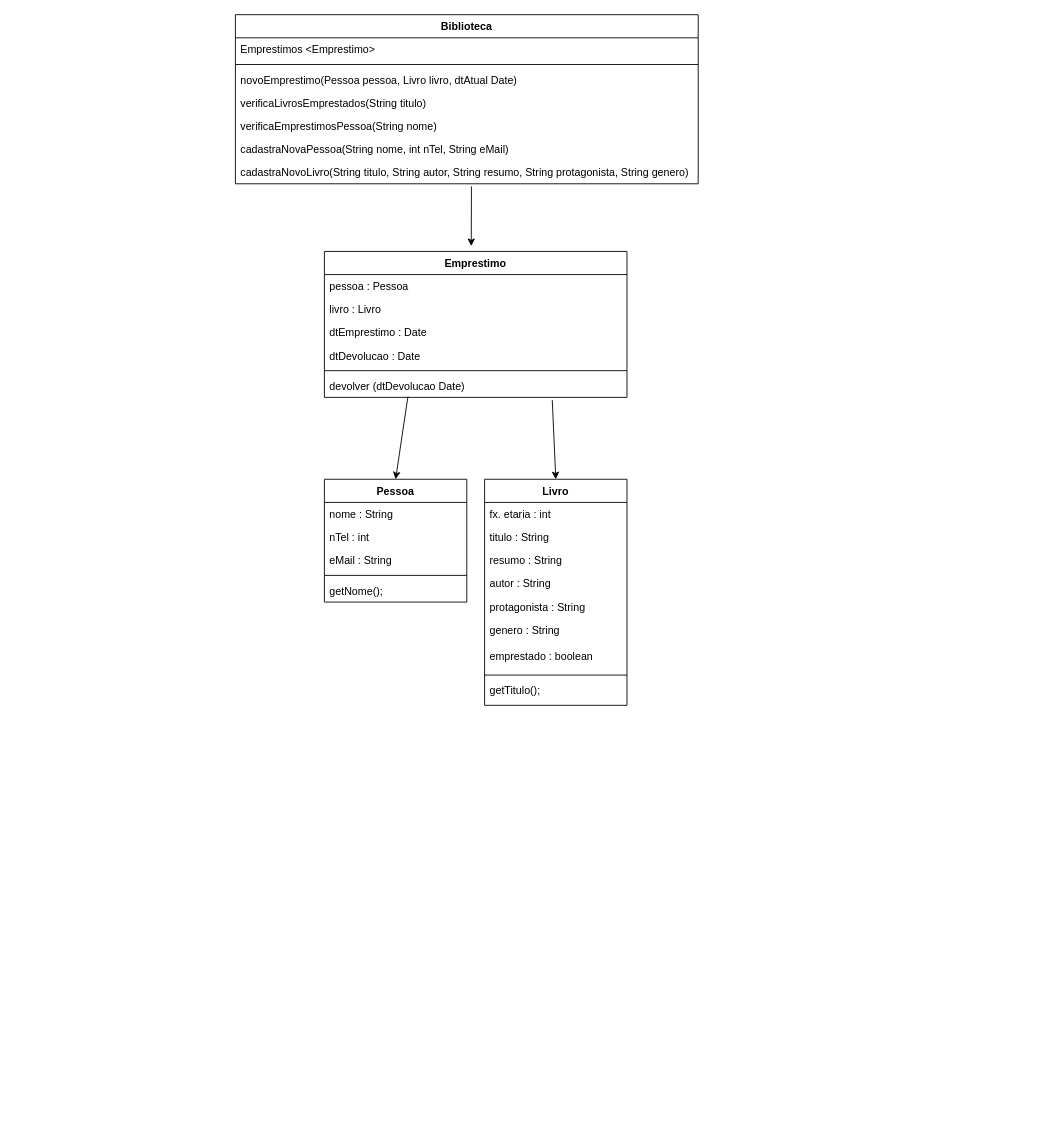
This is Untitled Diagram.drawio from FSDavila/University-Works, a draw.io file, before an edit. Source tidied: cells renumbered, new cells numbered last; positions are measured from the earlier drawing's top-left corner, leaving out a move shared by most shapes. Both pictures are drawn from the tidied source at 89%, with x=0, y=0 at pixel (235, 14).
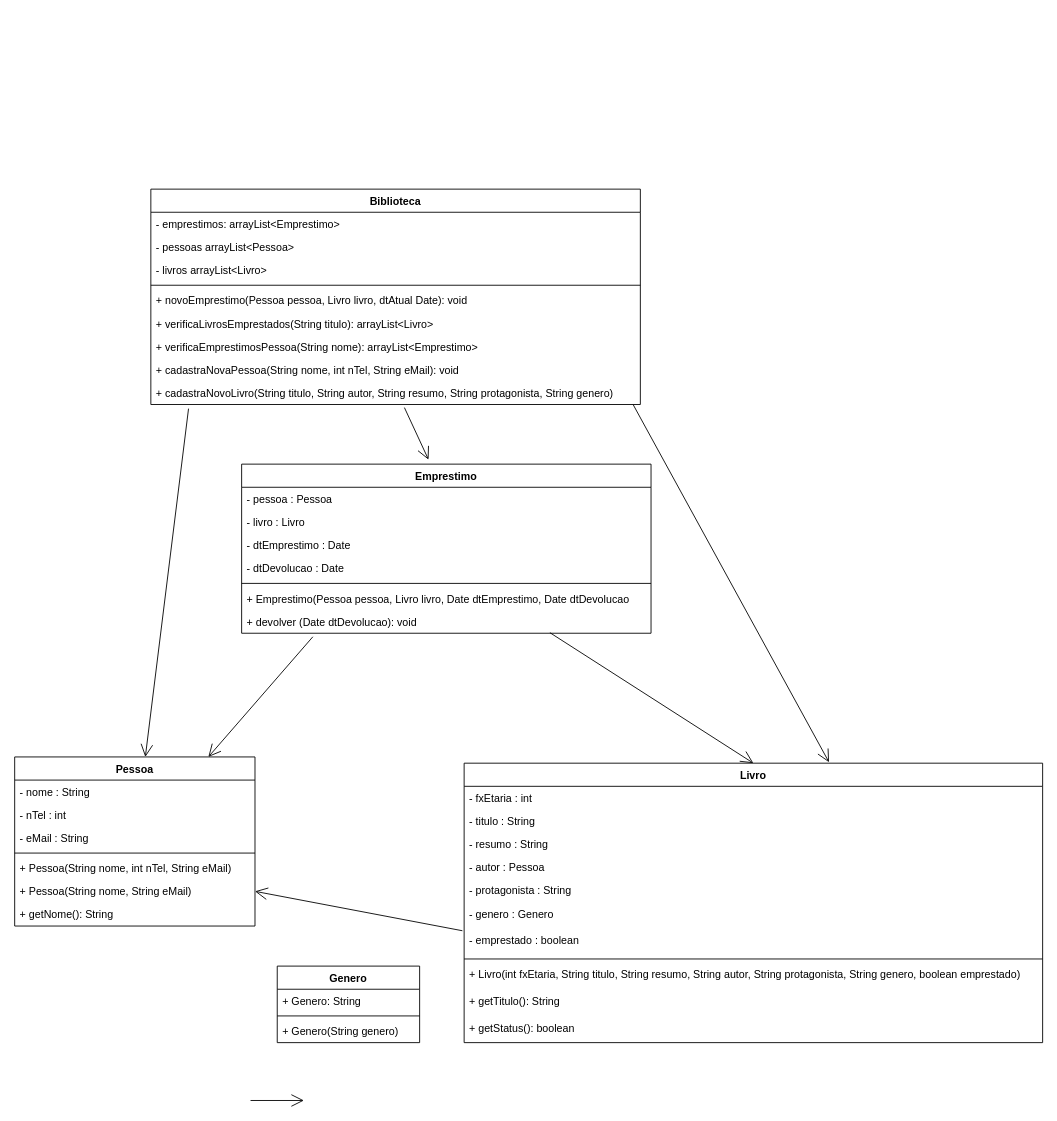
Above is the later version.

The edit, as a diff of the source:
```diff
@@
-    <mxCell id="2" style="edgeStyle=none;rounded=0;jettySize=auto;html=1;entryX=0.5;entryY=0;entryDx=0;entryDy=0;exitX=0.276;exitY=0.962;exitDx=0;exitDy=0;exitPerimeter=0;" parent="1" edge="1" source="25" target="3">
-      <mxGeometry relative="1" as="geometry" />
-    </mxCell>
     <mxCell id="3" value="Pessoa" style="swimlane;fontStyle=1;align=center;verticalAlign=top;horizontal=1;startSize=26;" parent="1" vertex="1">
-      <mxGeometry x="100" y="522" width="160" height="138" as="geometry" />
+      <mxGeometry x="-248" y="834" width="270" height="190" as="geometry" />
     </mxCell>
-    <mxCell id="4" value="nome : String&#10;" style="text;strokeColor=none;fillColor=none;align=left;verticalAlign=top;spacingLeft=4;spacingRight=4;overflow=hidden;" parent="3" vertex="1">
-      <mxGeometry y="26" width="160" height="26" as="geometry" />
-    </mxCell>
-    <mxCell id="5" value="nTel : int" style="text;strokeColor=none;fillColor=none;align=left;verticalAlign=top;spacingLeft=4;spacingRight=4;overflow=hidden;" parent="3" vertex="1">
-      <mxGeometry y="52" width="160" height="26" as="geometry" />
-    </mxCell>
-    <mxCell id="6" value="eMail : String" style="text;strokeColor=none;fillColor=none;align=left;verticalAlign=top;spacingLeft=4;spacingRight=4;overflow=hidden;" parent="3" vertex="1">
-      <mxGeometry y="78" width="160" height="26" as="geometry" />
-    </mxCell>
-    <mxCell id="7" style="line;strokeWidth=1;fillColor=none;align=left;verticalAlign=middle;spacingTop=-1;spacingLeft=3;spacingRight=3;labelPosition=right;" parent="3" vertex="1">
-      <mxGeometry y="104" width="160" height="8" as="geometry" />
-    </mxCell>
-    <mxCell id="8" value="getNome();" style="text;strokeColor=none;fillColor=none;align=left;verticalAlign=top;spacingLeft=4;spacingRight=4;overflow=hidden;" parent="3" vertex="1">
-      <mxGeometry y="112" width="160" height="26" as="geometry" />
-    </mxCell>
+    <mxCell id="36" value="- nome : String&#10;" style="text;strokeColor=none;fillColor=none;align=left;verticalAlign=top;spacingLeft=4;spacingRight=4;overflow=hidden;" parent="3" vertex="1">
+      <mxGeometry y="26" width="270" height="26" as="geometry" />
+    </mxCell>
+    <mxCell id="37" value="- nTel : int" style="text;strokeColor=none;fillColor=none;align=left;verticalAlign=top;spacingLeft=4;spacingRight=4;overflow=hidden;" parent="3" vertex="1">
+      <mxGeometry y="52" width="270" height="26" as="geometry" />
+    </mxCell>
+    <mxCell id="38" value="- eMail : String" style="text;strokeColor=none;fillColor=none;align=left;verticalAlign=top;spacingLeft=4;spacingRight=4;overflow=hidden;" parent="3" vertex="1">
+      <mxGeometry y="78" width="270" height="26" as="geometry" />
+    </mxCell>
+    <mxCell id="39" style="line;strokeWidth=1;fillColor=none;align=left;verticalAlign=middle;spacingTop=-1;spacingLeft=3;spacingRight=3;labelPosition=right;" parent="3" vertex="1">
+      <mxGeometry y="104" width="270" height="8" as="geometry" />
+    </mxCell>
+    <mxCell id="40" value="+ Pessoa(String nome, int nTel, String eMail)" style="text;strokeColor=none;fillColor=none;align=left;verticalAlign=top;spacingLeft=4;spacingRight=4;overflow=hidden;" parent="3" vertex="1">
+      <mxGeometry y="112" width="270" height="26" as="geometry" />
+    </mxCell>
+    <mxCell id="41" value="+ Pessoa(String nome, String eMail)" style="text;strokeColor=none;fillColor=none;align=left;verticalAlign=top;spacingLeft=4;spacingRight=4;overflow=hidden;points=[[0,0.5],[1,0.5]];portConstraint=eastwest;" parent="3" vertex="1">
+      <mxGeometry y="138" width="270" height="26" as="geometry" />
+    </mxCell>
+    <mxCell id="42" value="+ getNome(): String" style="text;strokeColor=none;fillColor=none;align=left;verticalAlign=top;spacingLeft=4;spacingRight=4;overflow=hidden;" parent="3" vertex="1">
+      <mxGeometry y="164" width="270" height="26" as="geometry" />
+    </mxCell>
     <mxCell id="9" value="Livro" style="swimlane;fontStyle=1;align=center;verticalAlign=top;horizontal=1;startSize=26;" parent="1" vertex="1">
-      <mxGeometry x="280" y="522" width="160" height="254" as="geometry" />
+      <mxGeometry x="257" y="841" width="650" height="314" as="geometry" />
     </mxCell>
-    <mxCell id="10" value="fx. etaria : int" style="text;strokeColor=none;fillColor=none;align=left;verticalAlign=top;spacingLeft=4;spacingRight=4;overflow=hidden;" parent="9" vertex="1">
-      <mxGeometry y="26" width="160" height="26" as="geometry" />
-    </mxCell>
-    <mxCell id="11" value="titulo : String" style="text;strokeColor=none;fillColor=none;align=left;verticalAlign=top;spacingLeft=4;spacingRight=4;overflow=hidden;" parent="9" vertex="1">
-      <mxGeometry y="52" width="160" height="26" as="geometry" />
-    </mxCell>
-    <mxCell id="12" value="resumo : String" style="text;strokeColor=none;fillColor=none;align=left;verticalAlign=top;spacingLeft=4;spacingRight=4;overflow=hidden;" parent="9" vertex="1">
-      <mxGeometry y="78" width="160" height="26" as="geometry" />
-    </mxCell>
-    <mxCell id="13" value="autor : String" style="text;strokeColor=none;fillColor=none;align=left;verticalAlign=top;spacingLeft=4;spacingRight=4;overflow=hidden;" parent="9" vertex="1">
-      <mxGeometry y="104" width="160" height="26" as="geometry" />
-    </mxCell>
-    <mxCell id="14" value="protagonista : String" style="text;strokeColor=none;fillColor=none;align=left;verticalAlign=top;spacingLeft=4;spacingRight=4;overflow=hidden;" parent="9" vertex="1">
-      <mxGeometry y="130" width="160" height="26" as="geometry" />
-    </mxCell>
-    <mxCell id="15" value="genero : String" style="text;strokeColor=none;fillColor=none;align=left;verticalAlign=top;spacingLeft=4;spacingRight=4;overflow=hidden;" parent="9" vertex="1">
-      <mxGeometry y="156" width="160" height="30" as="geometry" />
-    </mxCell>
-    <mxCell id="16" value="emprestado : boolean" style="text;strokeColor=none;fillColor=none;align=left;verticalAlign=top;spacingLeft=4;spacingRight=4;overflow=hidden;" parent="9" vertex="1">
-      <mxGeometry y="186" width="160" height="30" as="geometry" />
-    </mxCell>
-    <mxCell id="17" style="line;strokeWidth=1;fillColor=none;align=left;verticalAlign=middle;spacingTop=-1;spacingLeft=3;spacingRight=3;labelPosition=right;" parent="9" vertex="1">
-      <mxGeometry y="216" width="160" height="8" as="geometry" />
-    </mxCell>
-    <mxCell id="18" value="getTitulo();" style="text;strokeColor=none;fillColor=none;align=left;verticalAlign=top;spacingLeft=4;spacingRight=4;overflow=hidden;" parent="9" vertex="1">
-      <mxGeometry y="224" width="160" height="30" as="geometry" />
-    </mxCell>
+    <mxCell id="43" value="- fxEtaria : int" style="text;strokeColor=none;fillColor=none;align=left;verticalAlign=top;spacingLeft=4;spacingRight=4;overflow=hidden;" parent="9" vertex="1">
+      <mxGeometry y="26" width="650" height="26" as="geometry" />
+    </mxCell>
+    <mxCell id="44" value="- titulo : String" style="text;strokeColor=none;fillColor=none;align=left;verticalAlign=top;spacingLeft=4;spacingRight=4;overflow=hidden;" parent="9" vertex="1">
+      <mxGeometry y="52" width="650" height="26" as="geometry" />
+    </mxCell>
+    <mxCell id="45" value="- resumo : String" style="text;strokeColor=none;fillColor=none;align=left;verticalAlign=top;spacingLeft=4;spacingRight=4;overflow=hidden;" parent="9" vertex="1">
+      <mxGeometry y="78" width="650" height="26" as="geometry" />
+    </mxCell>
+    <mxCell id="46" value="- autor : Pessoa" style="text;strokeColor=none;fillColor=none;align=left;verticalAlign=top;spacingLeft=4;spacingRight=4;overflow=hidden;" parent="9" vertex="1">
+      <mxGeometry y="104" width="650" height="26" as="geometry" />
+    </mxCell>
+    <mxCell id="47" value="- protagonista : String" style="text;strokeColor=none;fillColor=none;align=left;verticalAlign=top;spacingLeft=4;spacingRight=4;overflow=hidden;" parent="9" vertex="1">
+      <mxGeometry y="130" width="650" height="26" as="geometry" />
+    </mxCell>
+    <mxCell id="48" value="- genero : Genero" style="text;strokeColor=none;fillColor=none;align=left;verticalAlign=top;spacingLeft=4;spacingRight=4;overflow=hidden;" parent="9" vertex="1">
+      <mxGeometry y="156" width="650" height="30" as="geometry" />
+    </mxCell>
+    <mxCell id="49" value="- emprestado : boolean" style="text;strokeColor=none;fillColor=none;align=left;verticalAlign=top;spacingLeft=4;spacingRight=4;overflow=hidden;points=[[0,0.5],[1,0.5]];portConstraint=eastwest;" parent="9" vertex="1">
+      <mxGeometry y="186" width="650" height="30" as="geometry" />
+    </mxCell>
+    <mxCell id="50" style="line;strokeWidth=1;fillColor=none;align=left;verticalAlign=middle;spacingTop=-1;spacingLeft=3;spacingRight=3;labelPosition=right;" parent="9" vertex="1">
+      <mxGeometry y="216" width="650" height="8" as="geometry" />
+    </mxCell>
+    <mxCell id="51" value="+ Livro(int fxEtaria, String titulo, String resumo, String autor, String protagonista, String genero, boolean emprestado)" style="text;strokeColor=none;fillColor=none;align=left;verticalAlign=top;spacingLeft=4;spacingRight=4;overflow=hidden;" parent="9" vertex="1">
+      <mxGeometry y="224" width="650" height="30" as="geometry" />
+    </mxCell>
+    <mxCell id="52" value="+ getTitulo(): String" style="text;strokeColor=none;fillColor=none;align=left;verticalAlign=top;spacingLeft=4;spacingRight=4;overflow=hidden;" parent="9" vertex="1">
+      <mxGeometry y="254" width="650" height="30" as="geometry" />
+    </mxCell>
+    <mxCell id="53" value="+ getStatus(): boolean" style="text;strokeColor=none;fillColor=none;align=left;verticalAlign=top;spacingLeft=4;spacingRight=4;overflow=hidden;" parent="9" vertex="1">
+      <mxGeometry y="284" width="650" height="30" as="geometry" />
+    </mxCell>
     <mxCell id="19" value="Emprestimo" style="swimlane;fontStyle=1;align=center;verticalAlign=top;horizontal=1;startSize=26;" parent="1" vertex="1">
-      <mxGeometry x="100" y="266" width="340" height="164" as="geometry" />
+      <mxGeometry x="7" y="505" width="460" height="190" as="geometry" />
     </mxCell>
-    <mxCell id="20" value="pessoa : Pessoa" style="text;strokeColor=none;fillColor=none;align=left;verticalAlign=top;spacingLeft=4;spacingRight=4;overflow=hidden;" parent="19" vertex="1">
-      <mxGeometry y="26" width="340" height="26" as="geometry" />
-    </mxCell>
-    <mxCell id="21" value="livro : Livro" style="text;strokeColor=none;fillColor=none;align=left;verticalAlign=top;spacingLeft=4;spacingRight=4;overflow=hidden;" parent="19" vertex="1">
-      <mxGeometry y="52" width="340" height="26" as="geometry" />
-    </mxCell>
-    <mxCell id="22" value="dtEmprestimo : Date" style="text;strokeColor=none;fillColor=none;align=left;verticalAlign=top;spacingLeft=4;spacingRight=4;overflow=hidden;" parent="19" vertex="1">
-      <mxGeometry y="78" width="340" height="26" as="geometry" />
-    </mxCell>
-    <mxCell id="23" value="dtDevolucao : Date&#10;" style="text;strokeColor=none;fillColor=none;align=left;verticalAlign=top;spacingLeft=4;spacingRight=4;overflow=hidden;" parent="19" vertex="1">
-      <mxGeometry y="104" width="340" height="26" as="geometry" />
-    </mxCell>
-    <mxCell id="24" style="line;strokeWidth=1;fillColor=none;align=left;verticalAlign=middle;spacingTop=-1;spacingLeft=3;spacingRight=3;labelPosition=right;" parent="19" vertex="1">
-      <mxGeometry y="130" width="340" height="8" as="geometry" />
-    </mxCell>
-    <mxCell id="25" value="devolver (dtDevolucao Date)&#10;" style="text;strokeColor=none;fillColor=none;align=left;verticalAlign=top;spacingLeft=4;spacingRight=4;overflow=hidden;points=[[0,0.5],[1,0.5]];portConstraint=eastwest;" parent="19" vertex="1">
-      <mxGeometry y="138" width="340" height="26" as="geometry" />
-    </mxCell>
-    <mxCell id="26" style="endArrow=classic;html=1;entryX=0.5;entryY=0;entryDx=0;entryDy=0;exitX=0.753;exitY=1.115;exitDx=0;exitDy=0;exitPerimeter=0;" parent="1" edge="1" source="25" target="9">
-      <mxGeometry relative="1" as="geometry" />
-    </mxCell>
+    <mxCell id="54" value="- pessoa : Pessoa" style="text;strokeColor=none;fillColor=none;align=left;verticalAlign=top;spacingLeft=4;spacingRight=4;overflow=hidden;" parent="19" vertex="1">
+      <mxGeometry y="26" width="460" height="26" as="geometry" />
+    </mxCell>
+    <mxCell id="55" value="- livro : Livro" style="text;strokeColor=none;fillColor=none;align=left;verticalAlign=top;spacingLeft=4;spacingRight=4;overflow=hidden;" parent="19" vertex="1">
+      <mxGeometry y="52" width="460" height="26" as="geometry" />
+    </mxCell>
+    <mxCell id="56" value="- dtEmprestimo : Date" style="text;strokeColor=none;fillColor=none;align=left;verticalAlign=top;spacingLeft=4;spacingRight=4;overflow=hidden;" parent="19" vertex="1">
+      <mxGeometry y="78" width="460" height="26" as="geometry" />
+    </mxCell>
+    <mxCell id="57" value="- dtDevolucao : Date&#10;" style="text;strokeColor=none;fillColor=none;align=left;verticalAlign=top;spacingLeft=4;spacingRight=4;overflow=hidden;" parent="19" vertex="1">
+      <mxGeometry y="104" width="460" height="26" as="geometry" />
+    </mxCell>
+    <mxCell id="58" style="line;strokeWidth=1;fillColor=none;align=left;verticalAlign=middle;spacingTop=-1;spacingLeft=3;spacingRight=3;labelPosition=right;" parent="19" vertex="1">
+      <mxGeometry y="130" width="460" height="8" as="geometry" />
+    </mxCell>
+    <mxCell id="59" value="+ Emprestimo(Pessoa pessoa, Livro livro, Date dtEmprestimo, Date dtDevolucao&#10;" style="text;strokeColor=none;fillColor=none;align=left;verticalAlign=top;spacingLeft=4;spacingRight=4;overflow=hidden;" parent="19" vertex="1">
+      <mxGeometry y="138" width="460" height="26" as="geometry" />
+    </mxCell>
+    <mxCell id="60" value="+ devolver (Date dtDevolucao): void&#10;" style="text;strokeColor=none;fillColor=none;align=left;verticalAlign=top;spacingLeft=4;spacingRight=4;overflow=hidden;points=[[0,0.5],[1,0.5]];portConstraint=eastwest;" parent="19" vertex="1">
+      <mxGeometry y="164" width="460" height="26" as="geometry" />
+    </mxCell>
     <mxCell id="27" value="Biblioteca" style="swimlane;fontStyle=1;align=center;verticalAlign=top;horizontal=1;startSize=26;" parent="1" vertex="1">
-      <mxGeometry width="520" height="190" as="geometry" />
+      <mxGeometry x="-95" y="196" width="550" height="242" as="geometry" />
     </mxCell>
-    <mxCell id="28" value="Emprestimos &lt;Emprestimo&gt;" style="text;strokeColor=none;fillColor=none;align=left;verticalAlign=top;spacingLeft=4;spacingRight=4;overflow=hidden;" parent="27" vertex="1">
-      <mxGeometry y="26" width="520" height="26" as="geometry" />
-    </mxCell>
-    <mxCell id="29" style="line;strokeWidth=1;fillColor=none;align=left;verticalAlign=middle;spacingTop=-1;spacingLeft=3;spacingRight=3;labelPosition=right;" parent="27" vertex="1">
-      <mxGeometry y="52" width="520" height="8" as="geometry" />
-    </mxCell>
-    <mxCell id="30" value="novoEmprestimo(Pessoa pessoa, Livro livro, dtAtual Date)" style="text;strokeColor=none;fillColor=none;align=left;verticalAlign=top;spacingLeft=4;spacingRight=4;overflow=hidden;" parent="27" vertex="1">
-      <mxGeometry y="60" width="520" height="26" as="geometry" />
-    </mxCell>
-    <mxCell id="31" value="verificaLivrosEmprestados(String titulo)" style="text;strokeColor=none;fillColor=none;align=left;verticalAlign=top;spacingLeft=4;spacingRight=4;overflow=hidden;" parent="27" vertex="1">
-      <mxGeometry y="86" width="520" height="26" as="geometry" />
-    </mxCell>
-    <mxCell id="32" value="verificaEmprestimosPessoa(String nome)" style="text;strokeColor=none;fillColor=none;align=left;verticalAlign=top;spacingLeft=4;spacingRight=4;overflow=hidden;" parent="27" vertex="1">
-      <mxGeometry y="112" width="520" height="26" as="geometry" />
-    </mxCell>
-    <mxCell id="33" value="cadastraNovaPessoa(String nome, int nTel, String eMail)&#10;" style="text;strokeColor=none;fillColor=none;align=left;verticalAlign=top;spacingLeft=4;spacingRight=4;overflow=hidden;" parent="27" vertex="1">
-      <mxGeometry y="138" width="520" height="26" as="geometry" />
-    </mxCell>
-    <mxCell id="34" value="cadastraNovoLivro(String titulo, String autor, String resumo, String protagonista, String genero)&#10;" style="text;strokeColor=none;fillColor=none;align=left;verticalAlign=top;spacingLeft=4;spacingRight=4;overflow=hidden;points=[[0,0.5],[1,0.5]];portConstraint=eastwest;" parent="27" vertex="1">
-      <mxGeometry y="164" width="520" height="26" as="geometry" />
-    </mxCell>
-    <mxCell id="35" style="endArrow=classic;html=1;exitX=0.51;exitY=1.115;exitDx=0;exitDy=0;exitPerimeter=0;" parent="1" edge="1" source="34">
-      <mxGeometry relative="1" as="geometry">
-        <mxPoint x="265" y="260" as="targetPoint" />
-      </mxGeometry>
-    </mxCell>
+    <mxCell id="61" value="- emprestimos: arrayList&lt;Emprestimo&gt;" style="text;strokeColor=none;fillColor=none;align=left;verticalAlign=top;spacingLeft=4;spacingRight=4;overflow=hidden;" parent="27" vertex="1">
+      <mxGeometry y="26" width="550" height="26" as="geometry" />
+    </mxCell>
+    <mxCell id="62" value="- pessoas arrayList&lt;Pessoa&gt;" style="text;strokeColor=none;fillColor=none;align=left;verticalAlign=top;spacingLeft=4;spacingRight=4;overflow=hidden;" parent="27" vertex="1">
+      <mxGeometry y="52" width="550" height="26" as="geometry" />
+    </mxCell>
+    <mxCell id="63" value="- livros arrayList&lt;Livro&gt;" style="text;strokeColor=none;fillColor=none;align=left;verticalAlign=top;spacingLeft=4;spacingRight=4;overflow=hidden;" parent="27" vertex="1">
+      <mxGeometry y="78" width="550" height="26" as="geometry" />
+    </mxCell>
+    <mxCell id="64" style="line;strokeWidth=1;fillColor=none;align=left;verticalAlign=middle;spacingTop=-1;spacingLeft=3;spacingRight=3;labelPosition=right;" parent="27" vertex="1">
+      <mxGeometry y="104" width="550" height="8" as="geometry" />
+    </mxCell>
+    <mxCell id="65" value="+ novoEmprestimo(Pessoa pessoa, Livro livro, dtAtual Date): void" style="text;strokeColor=none;fillColor=none;align=left;verticalAlign=top;spacingLeft=4;spacingRight=4;overflow=hidden;" parent="27" vertex="1">
+      <mxGeometry y="112" width="550" height="26" as="geometry" />
+    </mxCell>
+    <mxCell id="66" value="+ verificaLivrosEmprestados(String titulo): arrayList&lt;Livro&gt;" style="text;strokeColor=none;fillColor=none;align=left;verticalAlign=top;spacingLeft=4;spacingRight=4;overflow=hidden;" parent="27" vertex="1">
+      <mxGeometry y="138" width="550" height="26" as="geometry" />
+    </mxCell>
+    <mxCell id="67" value="+ verificaEmprestimosPessoa(String nome): arrayList&lt;Emprestimo&gt;" style="text;strokeColor=none;fillColor=none;align=left;verticalAlign=top;spacingLeft=4;spacingRight=4;overflow=hidden;" parent="27" vertex="1">
+      <mxGeometry y="164" width="550" height="26" as="geometry" />
+    </mxCell>
+    <mxCell id="68" value="+ cadastraNovaPessoa(String nome, int nTel, String eMail): void&#10;" style="text;strokeColor=none;fillColor=none;align=left;verticalAlign=top;spacingLeft=4;spacingRight=4;overflow=hidden;" parent="27" vertex="1">
+      <mxGeometry y="190" width="550" height="26" as="geometry" />
+    </mxCell>
+    <mxCell id="69" value="+ cadastraNovoLivro(String titulo, String autor, String resumo, String protagonista, String genero)&#10;" style="text;strokeColor=none;fillColor=none;align=left;verticalAlign=top;spacingLeft=4;spacingRight=4;overflow=hidden;points=[[0,0.5],[1,0.5]];portConstraint=eastwest;" parent="27" vertex="1">
+      <mxGeometry y="216" width="550" height="26" as="geometry" />
+    </mxCell>
+    <mxCell id="70" style="endArrow=open;endFill=1;endSize=12;html=1;entryX=1;entryY=0.5;entryDx=0;entryDy=0;exitX=-0.003;exitY=0.076;exitDx=0;exitDy=0;exitPerimeter=0;" parent="1" edge="1" source="49" target="41">
+      <mxGeometry relative="1" as="geometry" />
+    </mxCell>
+    <mxCell id="71" style="endArrow=open;endFill=1;endSize=12;html=1;" parent="1" edge="1" target="3">
+      <mxGeometry relative="1" as="geometry">
+        <mxPoint x="87" y="699" as="sourcePoint" />
+      </mxGeometry>
+    </mxCell>
+    <mxCell id="72" style="endArrow=open;endFill=1;endSize=12;html=1;exitX=0.077;exitY=1.179;exitDx=0;exitDy=0;exitPerimeter=0;" parent="1" edge="1" source="69" target="3">
+      <mxGeometry relative="1" as="geometry" />
+    </mxCell>
+    <mxCell id="73" style="endArrow=open;endFill=1;endSize=12;html=1;exitX=0.077;exitY=1.179;exitDx=0;exitDy=0;exitPerimeter=0;" parent="1" edge="1">
+      <mxGeometry relative="1" as="geometry">
+        <mxPoint x="446.9" y="438.1" as="sourcePoint" />
+        <mxPoint x="667" y="840" as="targetPoint" />
+      </mxGeometry>
+    </mxCell>
+    <mxCell id="74" style="endArrow=open;endFill=1;endSize=12;html=1;exitX=0.518;exitY=1.133;exitDx=0;exitDy=0;exitPerimeter=0;" parent="1" edge="1" source="69">
+      <mxGeometry relative="1" as="geometry">
+        <mxPoint x="217" y="500" as="targetPoint" />
+      </mxGeometry>
+    </mxCell>
+    <mxCell id="75" style="endArrow=open;endFill=1;endSize=12;html=1;exitX=0.753;exitY=0.977;exitDx=0;exitDy=0;exitPerimeter=0;entryX=0.5;entryY=0;entryDx=0;entryDy=0;" parent="1" edge="1" source="60" target="9">
+      <mxGeometry relative="1" as="geometry" />
+    </mxCell>
+    <mxCell id="76" value="Genero" style="swimlane;fontStyle=1;align=center;verticalAlign=top;horizontal=1;startSize=26;" parent="1" vertex="1">
+      <mxGeometry x="47" y="1069" width="160" height="86" as="geometry" />
+    </mxCell>
+    <mxCell id="77" value="+ Genero: String" style="text;strokeColor=none;fillColor=none;align=left;verticalAlign=top;spacingLeft=4;spacingRight=4;overflow=hidden;" parent="76" vertex="1">
+      <mxGeometry y="26" width="160" height="26" as="geometry" />
+    </mxCell>
+    <mxCell id="78" style="line;strokeWidth=1;fillColor=none;align=left;verticalAlign=middle;spacingTop=-1;spacingLeft=3;spacingRight=3;labelPosition=right;" parent="76" vertex="1">
+      <mxGeometry y="52" width="160" height="8" as="geometry" />
+    </mxCell>
+    <mxCell id="79" value="+ Genero(String genero)" style="text;strokeColor=none;fillColor=none;align=left;verticalAlign=top;spacingLeft=4;spacingRight=4;overflow=hidden;" parent="76" vertex="1">
+      <mxGeometry y="60" width="160" height="26" as="geometry" />
+    </mxCell>
+    <mxCell id="80" style="endArrow=open;endFill=1;endSize=12;html=1;" parent="1" edge="1">
+      <mxGeometry relative="1" as="geometry">
+        <mxPoint x="17" y="1220" as="sourcePoint" />
+        <mxPoint x="77" y="1220" as="targetPoint" />
+      </mxGeometry>
+    </mxCell>
```
